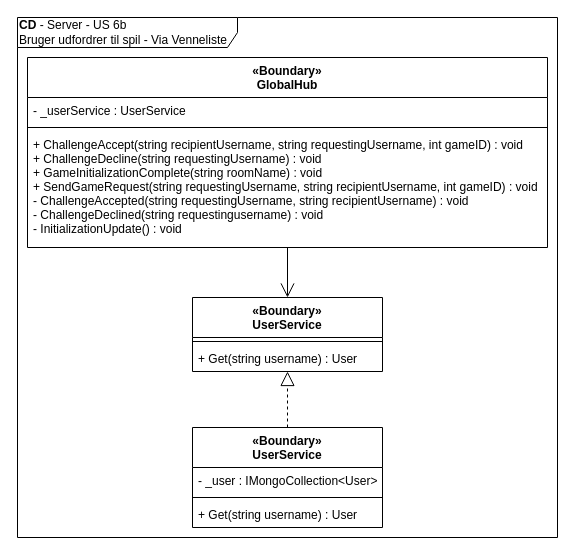
This is page "CD-Server" (3 of 3) of diagrams/arkitektur/US6b_challenge-friendslist.drawio from Macradon/I7BAC-PlugNPlay, a draw.io file, before an edit. Source tidied: cells renumbered, new cells numbered last; positions are measured from the earlier drawing's top-left corner, leaving out a move shared by most shapes. Both pictures are drawn from the tidied source at 100%, with x=0, y=0 at pixel (17, 17).
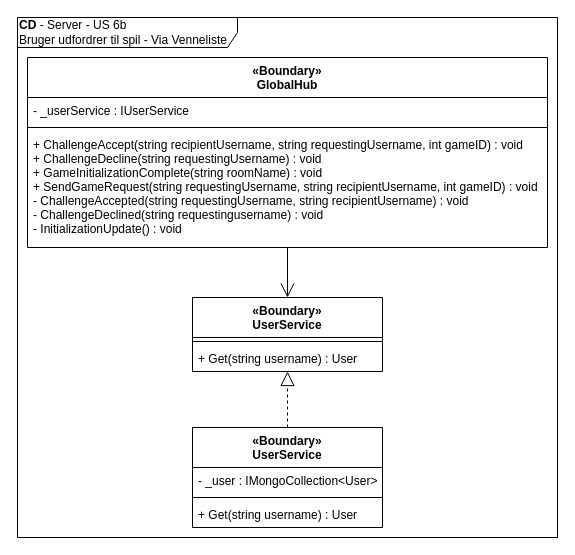
After the change.

What changed in the source:
```diff
@@
 <mxGraphModel>
   <root>
     <mxCell id="0" />
     <mxCell id="1" parent="0" />
     <mxCell id="2" value="&lt;b&gt;CD&lt;/b&gt;&amp;nbsp;- Server&amp;nbsp;- US 6b&lt;br&gt;Bruger udfordrer til spil - Via Venneliste" style="shape=umlFrame;whiteSpace=wrap;html=1;labelBackgroundColor=#ffffff;align=left;width=220;height=30;" parent="1" vertex="1">
       <mxGeometry width="540" height="520" as="geometry" />
     </mxCell>
     <mxCell id="3" style="edgeStyle=orthogonalEdgeStyle;rounded=0;jettySize=auto;html=1;endArrow=open;endFill=0;endSize=12;" parent="1" edge="1" source="4" target="13">
       <mxGeometry relative="1" as="geometry" />
     </mxCell>
     <mxCell id="4" value="«Boundary»&#10;GlobalHub" style="swimlane;fontStyle=1;align=center;verticalAlign=top;horizontal=1;startSize=40;" parent="1" vertex="1">
       <mxGeometry x="10" y="40" width="520" height="190" as="geometry" />
     </mxCell>
-    <mxCell id="5" value="- _userService : UserService" style="text;strokeColor=none;fillColor=none;align=left;verticalAlign=top;spacingLeft=4;spacingRight=4;overflow=hidden;" parent="4" vertex="1">
+    <mxCell id="5" value="- _userService : IUserService" style="text;strokeColor=none;fillColor=none;align=left;verticalAlign=top;spacingLeft=4;spacingRight=4;overflow=hidden;" parent="4" vertex="1">
       <mxGeometry y="40" width="520" height="26" as="geometry" />
     </mxCell>
     <mxCell id="6" style="line;strokeWidth=1;fillColor=none;align=left;verticalAlign=middle;spacingTop=-1;spacingLeft=3;spacingRight=3;labelPosition=right;" parent="4" vertex="1">
       <mxGeometry y="66" width="520" height="8" as="geometry" />
     </mxCell>
     <mxCell id="7" value="+ ChallengeAccept(string recipientUsername, string requestingUsername, int gameID) : void&#10;+ ChallengeDecline(string requestingUsername) : void&#10;+ GameInitializationComplete(string roomName) : void&#10;+ SendGameRequest(string requestingUsername, string recipientUsername, int gameID) : void&#10;- ChallengeAccepted(string requestingUsername, string recipientUsername) : void&#10;- ChallengeDeclined(string requestingusername) : void&#10;- InitializationUpdate() : void" style="text;strokeColor=none;fillColor=none;align=left;verticalAlign=top;spacingLeft=4;spacingRight=4;overflow=hidden;" parent="4" vertex="1">
       <mxGeometry y="74" width="520" height="116" as="geometry" />
     </mxCell>
     <mxCell id="8" style="edgeStyle=orthogonalEdgeStyle;rounded=0;jettySize=auto;html=1;endArrow=block;endFill=0;endSize=12;dashed=1;" parent="1" edge="1" source="9" target="13">
       <mxGeometry relative="1" as="geometry" />
     </mxCell>
     <mxCell id="9" value="«Boundary»&#10;UserService" style="swimlane;fontStyle=1;align=center;verticalAlign=top;horizontal=1;startSize=40;" parent="1" vertex="1">
       <mxGeometry x="175" y="410" width="190" height="100" as="geometry" />
     </mxCell>
     <mxCell id="10" value="- _user : IMongoCollection&lt;User&gt;" style="text;strokeColor=none;fillColor=none;align=left;verticalAlign=top;spacingLeft=4;spacingRight=4;overflow=hidden;" parent="9" vertex="1">
       <mxGeometry y="40" width="190" height="26" as="geometry" />
     </mxCell>
     <mxCell id="11" style="line;strokeWidth=1;fillColor=none;align=left;verticalAlign=middle;spacingTop=-1;spacingLeft=3;spacingRight=3;labelPosition=right;" parent="9" vertex="1">
       <mxGeometry y="66" width="190" height="8" as="geometry" />
     </mxCell>
     <mxCell id="12" value="+ Get(string username) : User" style="text;strokeColor=none;fillColor=none;align=left;verticalAlign=top;spacingLeft=4;spacingRight=4;overflow=hidden;" parent="9" vertex="1">
       <mxGeometry y="74" width="190" height="26" as="geometry" />
     </mxCell>
     <mxCell id="13" value="«Boundary»&#10;UserService" style="swimlane;fontStyle=1;align=center;verticalAlign=top;horizontal=1;startSize=40;" parent="1" vertex="1">
       <mxGeometry x="175" y="280" width="190" height="74" as="geometry" />
     </mxCell>
     <mxCell id="14" style="line;strokeWidth=1;fillColor=none;align=left;verticalAlign=middle;spacingTop=-1;spacingLeft=3;spacingRight=3;labelPosition=right;" parent="13" vertex="1">
       <mxGeometry y="40" width="190" height="8" as="geometry" />
     </mxCell>
     <mxCell id="15" value="+ Get(string username) : User" style="text;strokeColor=none;fillColor=none;align=left;verticalAlign=top;spacingLeft=4;spacingRight=4;overflow=hidden;" parent="13" vertex="1">
       <mxGeometry y="48" width="190" height="26" as="geometry" />
     </mxCell>
   </root>
 </mxGraphModel>
```
